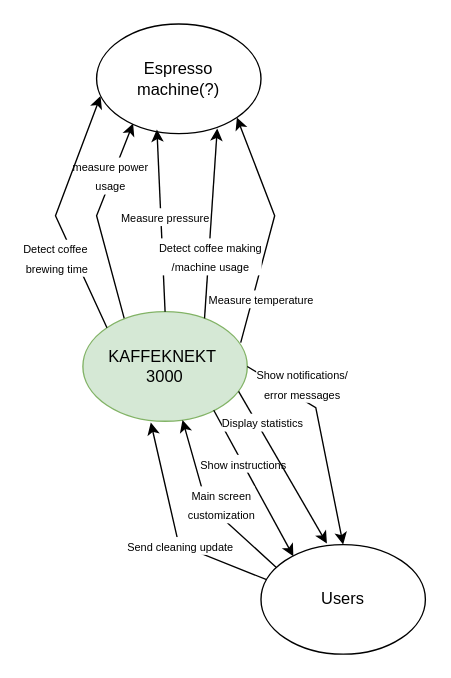
Earlier version of the draw.io diagram diagrams/Context Diagram.drawio (martintara/kaffeknekt). Source tidied: cells renumbered, new cells numbered last; positions are measured from the earlier drawing's top-left corner, leaving out a move shared by most shapes. Both pictures are drawn from the tidied source at 137%, with x=0, y=0 at pixel (55, 23).
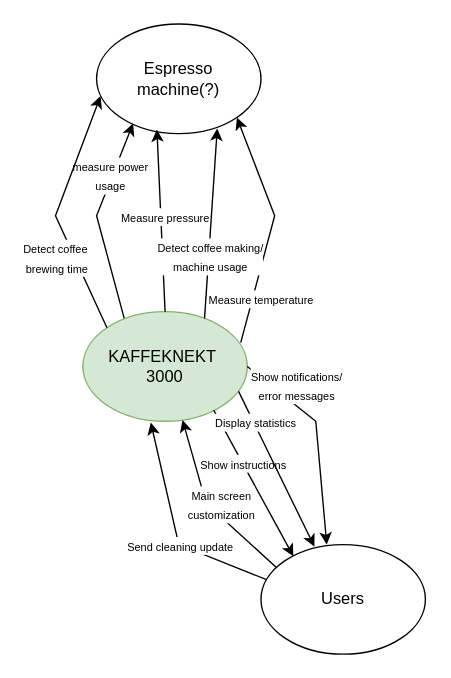
The same diagram, later.

The change refers to these unchanged cells:
```xml
<mxCell id="4" value="KAFFEKNEKT&amp;nbsp;&lt;div&gt;3000&lt;/div&gt;" style="ellipse;whiteSpace=wrap;html=1;fillColor=#D5E8D5;strokeColor=#82b366;" parent="1" vertex="1">
  <mxGeometry x="20" y="210" width="120" height="80" as="geometry" />
</mxCell>
<mxCell id="6" value="Users" style="ellipse;whiteSpace=wrap;html=1;" parent="1" vertex="1">
  <mxGeometry x="150" y="380" width="120" height="80" as="geometry" />
</mxCell>
<mxCell id="15" style="endArrow=classic;html=1;rounded=0;fontFamily=Helvetica;fontSize=11;fontColor=default;labelBackgroundColor=default;exitX=0.74;exitY=0.061;exitDx=0;exitDy=0;exitPerimeter=0;entryX=0.734;entryY=0.954;entryDx=0;entryDy=0;entryPerimeter=0;" parent="1" edge="1" source="4" target="5">
  <mxGeometry relative="1" as="geometry" />
</mxCell>
```

Change to the diagram source:
```diff
@@
-    <mxCell id="16" value="&lt;font style=&quot;font-size: 8px;&quot;&gt;Detect coffee making&lt;/font&gt;&lt;div&gt;&lt;font style=&quot;font-size: 8px;&quot;&gt;/machine usage&lt;/font&gt;&lt;/div&gt;" style="edgeLabel;html=1;align=center;verticalAlign=middle;fontFamily=Helvetica;fontSize=11;fontColor=default;labelBackgroundColor=default;fillColor=none;gradientColor=none;" parent="15" vertex="1">
+    <mxCell id="16" value="&lt;font style=&quot;font-size: 8px;&quot;&gt;Detect coffee making&lt;/font&gt;&lt;span style=&quot;font-size: 8px; background-color: light-dark(#ffffff, var(--ge-dark-color, #121212)); color: light-dark(rgb(0, 0, 0), rgb(255, 255, 255));&quot;&gt;/&lt;/span&gt;&lt;div&gt;&lt;span style=&quot;font-size: 8px; background-color: light-dark(#ffffff, var(--ge-dark-color, #121212)); color: light-dark(rgb(0, 0, 0), rgb(255, 255, 255));&quot;&gt;machine usage&lt;/span&gt;&lt;/div&gt;" style="edgeLabel;html=1;align=center;verticalAlign=middle;fontFamily=Helvetica;fontSize=11;fontColor=default;labelBackgroundColor=default;fillColor=none;gradientColor=none;" parent="15" vertex="1">
       <mxGeometry x="0.01" y="1" relative="1" as="geometry">
         <mxPoint y="25" as="offset" />
       </mxGeometry>
     </mxCell>
-    <mxCell id="17" style="endArrow=classic;html=1;rounded=0;fontFamily=Helvetica;fontSize=11;fontColor=default;labelBackgroundColor=default;exitX=0.947;exitY=0.727;exitDx=0;exitDy=0;exitPerimeter=0;entryX=0.401;entryY=-0.009;entryDx=0;entryDy=0;entryPerimeter=0;" parent="1" edge="1" source="4" target="6">
+    <mxCell id="17" style="endArrow=classic;html=1;rounded=0;fontFamily=Helvetica;fontSize=11;fontColor=default;labelBackgroundColor=default;exitX=0.947;exitY=0.727;exitDx=0;exitDy=0;exitPerimeter=0;entryX=0.325;entryY=0.019;entryDx=0;entryDy=0;entryPerimeter=0;" parent="1" edge="1" source="4" target="6">
       <mxGeometry relative="1" as="geometry" />
     </mxCell>
@@
-    <mxCell id="21" style="rounded=0;jettySize=auto;html=1;exitX=1;exitY=0.5;exitDx=0;exitDy=0;entryX=0.5;entryY=0;entryDx=0;entryDy=0;fontFamily=Helvetica;fontSize=11;fontColor=default;labelBackgroundColor=default;" parent="1" edge="1" source="4" target="6">
+    <mxCell id="21" style="rounded=0;jettySize=auto;html=1;exitX=1;exitY=0.5;exitDx=0;exitDy=0;entryX=0.4;entryY=0;entryDx=0;entryDy=0;fontFamily=Helvetica;fontSize=11;fontColor=default;labelBackgroundColor=default;entryPerimeter=0;" parent="1" edge="1" source="4" target="6">
       <mxGeometry relative="1" as="geometry">
         <Array as="points">
-          <mxPoint x="190" y="280" />
+          <mxPoint x="190" y="290" />
         </Array>
       </mxGeometry>
     </mxCell>
```
